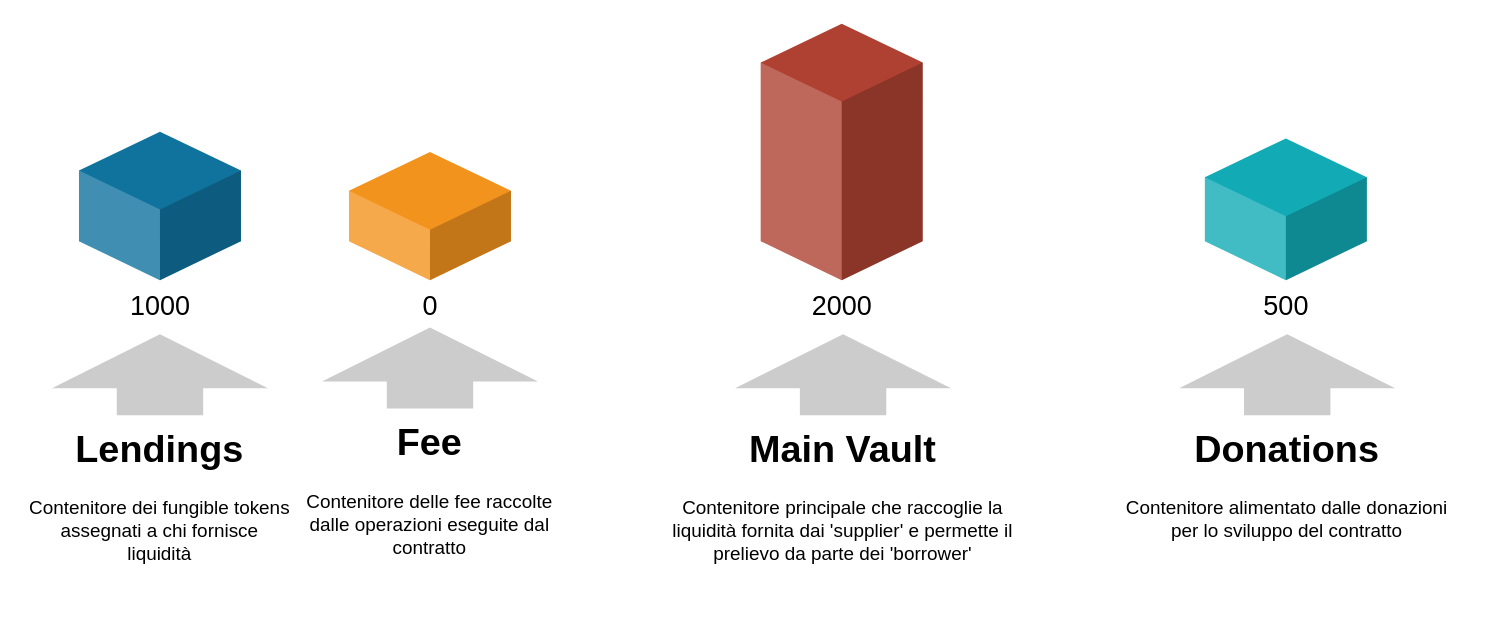
This is architecture/Vaults.drawio from Leonets/LendingDApp, a draw.io file, before an edit. Source tidied: cells renumbered, new cells numbered last; positions are measured from the earlier drawing's top-left corner, leaving out a move shared by most shapes. Both pictures are drawn from the tidied source at 135%, with x=0, y=0 at pixel (23, 23).
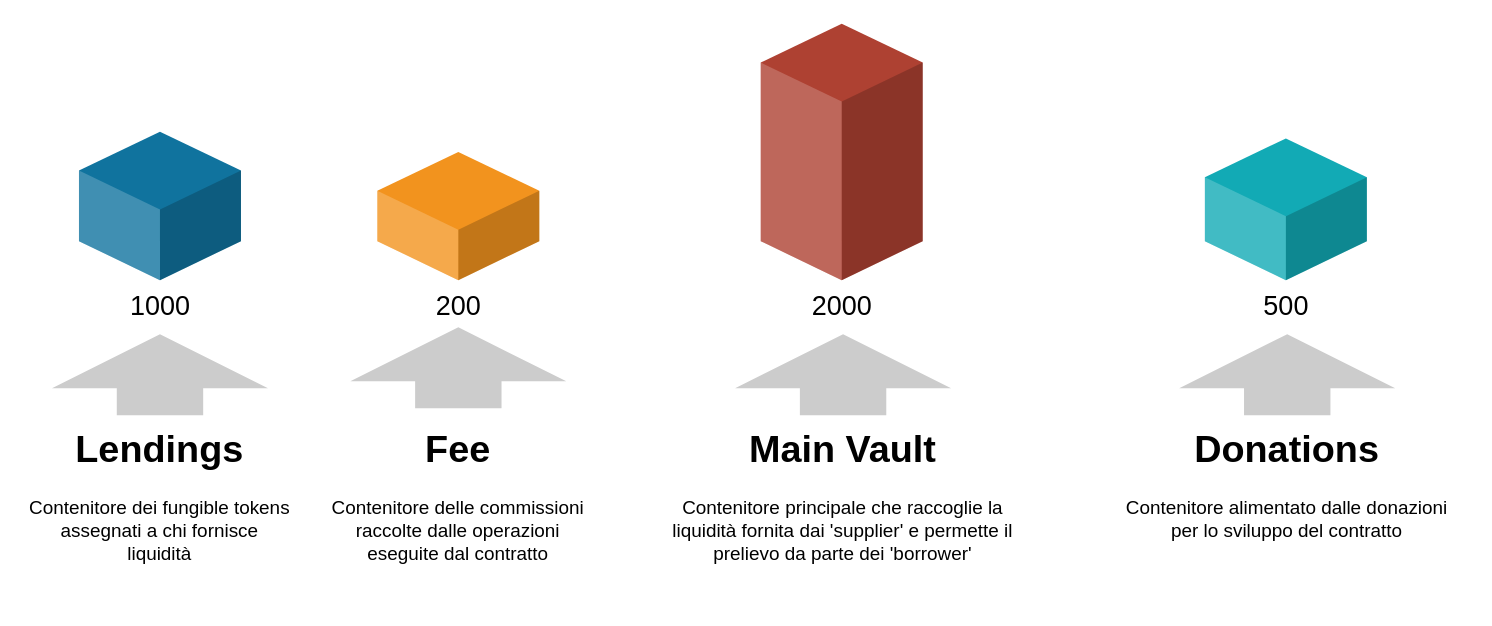
Above is the later version.

The edit, as a diff of the source:
```diff
@@
 <mxGraphModel>
   <root>
     <mxCell id="0" />
     <mxCell id="1" parent="0" />
     <mxCell id="2" style="html=1;shadow=0;dashed=0;align=center;verticalAlign=middle;shape=mxgraph.arrows2.arrow;dy=0.6;dx=40;direction=north;notch=0;strokeWidth=2;fillColor=#CCCCCC;fontSize=14;fontColor=#000000;strokeColor=none;" parent="1" vertex="1">
       <mxGeometry x="21" y="230" width="160" height="60" as="geometry" />
     </mxCell>
     <mxCell id="3" value="1000" style="verticalLabelPosition=bottom;verticalAlign=top;html=1;shape=mxgraph.infographic.shadedCube;isoAngle=15;fillColor=#10739E;strokeColor=none;fontFamily=Helvetica;fontSize=20;align=center;strokeWidth=2;" parent="1" vertex="1">
       <mxGeometry x="41" y="80" width="120" height="110" as="geometry" />
     </mxCell>
-    <mxCell id="4" value="0" style="verticalLabelPosition=bottom;verticalAlign=top;html=1;shape=mxgraph.infographic.shadedCube;isoAngle=15;fillColor=#F2931E;strokeColor=none;fontFamily=Helvetica;fontSize=20;align=center;strokeWidth=2;" parent="1" vertex="1">
-      <mxGeometry x="241" y="95" width="120" height="95" as="geometry" />
+    <mxCell id="4" value="200" style="verticalLabelPosition=bottom;verticalAlign=top;html=1;shape=mxgraph.infographic.shadedCube;isoAngle=15;fillColor=#F2931E;strokeColor=none;fontFamily=Helvetica;fontSize=20;align=center;strokeWidth=2;" parent="1" vertex="1">
+      <mxGeometry x="262" y="95" width="120" height="95" as="geometry" />
     </mxCell>
     <mxCell id="5" value="2000" style="verticalLabelPosition=bottom;verticalAlign=top;html=1;shape=mxgraph.infographic.shadedCube;isoAngle=15;fillColor=#AE4132;strokeColor=none;fontFamily=Helvetica;fontSize=20;align=center;strokeWidth=2;" parent="1" vertex="1">
       <mxGeometry x="546" width="120" height="190" as="geometry" />
     </mxCell>
     <mxCell id="6" value="500" style="verticalLabelPosition=bottom;verticalAlign=top;html=1;shape=mxgraph.infographic.shadedCube;isoAngle=15;fillColor=#12AAB5;strokeColor=none;fontFamily=Helvetica;fontSize=20;align=center;strokeWidth=2;" parent="1" vertex="1">
       <mxGeometry x="875" y="85" width="120" height="105" as="geometry" />
     </mxCell>
     <mxCell id="7" value="&lt;h1&gt;&lt;span style=&quot;background-color: initial;&quot;&gt;Lendings&lt;/span&gt;&lt;br&gt;&lt;/h1&gt;&lt;div&gt;&lt;span style=&quot;background-color: initial;&quot;&gt;Contenitore dei fungible tokens assegnati a chi fornisce liquidità&lt;/span&gt;&lt;/div&gt;" style="text;html=1;spacing=5;spacingTop=-20;whiteSpace=wrap;overflow=hidden;strokeWidth=2;fillColor=none;gradientColor=none;fontSize=14;align=center;" parent="1" vertex="1">
       <mxGeometry y="290" width="202" height="140" as="geometry" />
     </mxCell>
     <mxCell id="8" value="&lt;h1&gt;Main Vault&lt;/h1&gt;&lt;p&gt;Contenitore principale che raccoglie la liquidità fornita dai 'supplier' e permette il prelievo da parte dei 'borrower'&lt;/p&gt;" style="text;html=1;spacing=5;spacingTop=-20;whiteSpace=wrap;overflow=hidden;strokeWidth=2;fillColor=none;gradientColor=none;fontSize=14;align=center;" parent="1" vertex="1">
       <mxGeometry x="472" y="290" width="270" height="140" as="geometry" />
     </mxCell>
     <mxCell id="9" value="&lt;h1&gt;Donations&lt;/h1&gt;&lt;p&gt;Contenitore alimentato dalle donazioni per lo sviluppo del contratto&lt;/p&gt;" style="text;html=1;spacing=5;spacingTop=-20;whiteSpace=wrap;overflow=hidden;strokeWidth=2;fillColor=none;gradientColor=none;fontSize=14;align=center;" parent="1" vertex="1">
       <mxGeometry x="801" y="290" width="270" height="140" as="geometry" />
     </mxCell>
     <mxCell id="10" style="html=1;shadow=0;dashed=0;align=center;verticalAlign=middle;shape=mxgraph.arrows2.arrow;dy=0.6;dx=40;direction=north;notch=0;strokeWidth=2;fillColor=#CCCCCC;fontSize=14;fontColor=#000000;strokeColor=none;" parent="1" vertex="1">
       <mxGeometry x="527" y="230" width="160" height="60" as="geometry" />
     </mxCell>
     <mxCell id="11" style="html=1;shadow=0;dashed=0;align=center;verticalAlign=middle;shape=mxgraph.arrows2.arrow;dy=0.6;dx=40;direction=north;notch=0;strokeWidth=2;fillColor=#CCCCCC;fontSize=14;fontColor=#000000;strokeColor=none;" parent="1" vertex="1">
       <mxGeometry x="856" y="230" width="160" height="60" as="geometry" />
     </mxCell>
     <mxCell id="12" style="html=1;shadow=0;dashed=0;align=center;verticalAlign=middle;shape=mxgraph.arrows2.arrow;dy=0.6;dx=40;direction=north;notch=0;strokeWidth=2;fillColor=#CCCCCC;fontSize=14;fontColor=#000000;strokeColor=none;" parent="1" vertex="1">
-      <mxGeometry x="221" y="225" width="160" height="60" as="geometry" />
+      <mxGeometry x="242" y="225" width="160" height="60" as="geometry" />
     </mxCell>
-    <mxCell id="13" value="&lt;h1&gt;&lt;span style=&quot;background-color: initial;&quot;&gt;Fee&lt;/span&gt;&lt;br&gt;&lt;/h1&gt;&lt;div&gt;&lt;span style=&quot;background-color: initial;&quot;&gt;Contenitore delle fee raccolte dalle operazioni eseguite dal contratto&lt;/span&gt;&lt;/div&gt;" style="text;html=1;spacing=5;spacingTop=-20;whiteSpace=wrap;overflow=hidden;strokeWidth=2;fillColor=none;gradientColor=none;fontSize=14;align=center;" parent="1" vertex="1">
-      <mxGeometry x="200" y="285" width="202" height="140" as="geometry" />
+    <mxCell id="13" value="&lt;h1&gt;&lt;span style=&quot;background-color: initial;&quot;&gt;Fee&lt;/span&gt;&lt;br&gt;&lt;/h1&gt;&lt;div&gt;&lt;span style=&quot;background-color: initial;&quot;&gt;Contenitore delle commissioni raccolte dalle operazioni eseguite dal contratto&lt;/span&gt;&lt;/div&gt;" style="text;html=1;spacing=5;spacingTop=-20;whiteSpace=wrap;overflow=hidden;strokeWidth=2;fillColor=none;gradientColor=none;fontSize=14;align=center;" parent="1" vertex="1">
+      <mxGeometry x="221" y="290" width="202" height="140" as="geometry" />
     </mxCell>
   </root>
 </mxGraphModel>
```
